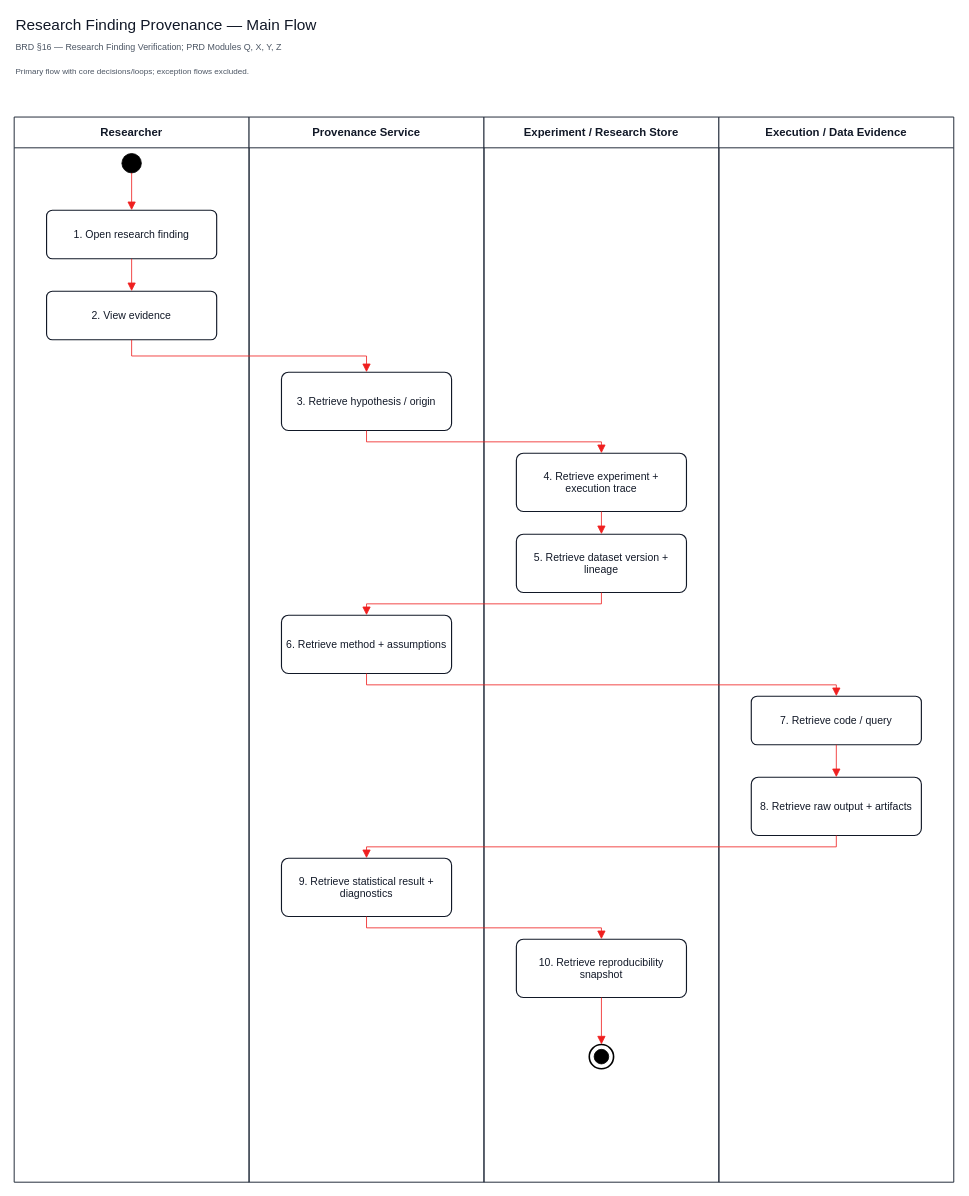
Before: page "Research Finding Provenance — Main Flow" (6 of 11) of diagrams/activity-diagrams/AI-Research-Experimentation-Platform-Activity-Main-Flows.drawio in capstone-project-beyond8/capstone-project-docs, a draw.io diagram. Source tidied: cells renumbered, new cells numbered last; positions are measured from the earlier drawing's top-left corner, leaving out a move shared by most shapes. Both pictures are drawn from the tidied source at 81%, with x=0, y=0 at pixel (14, 14).
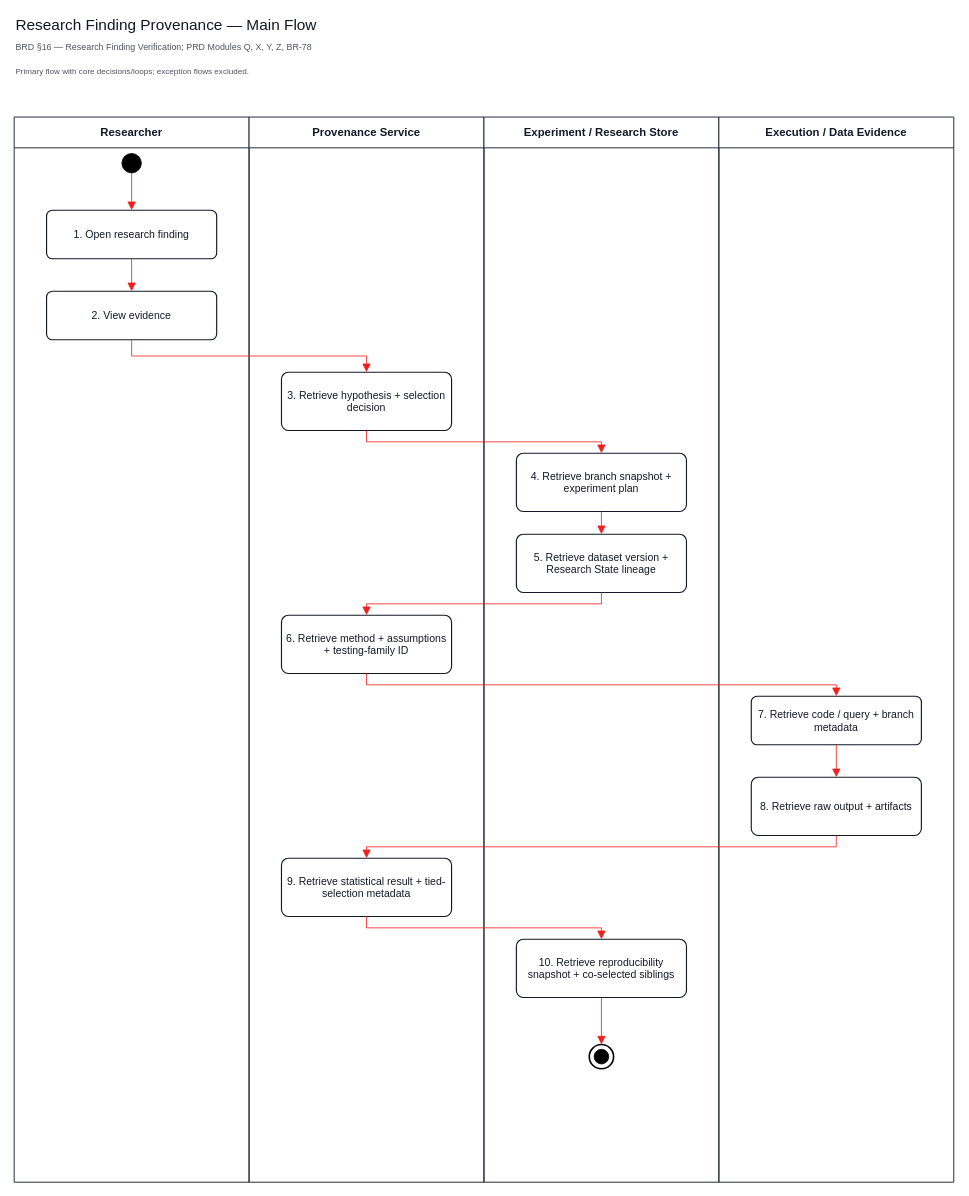
After the change.

The change refers to these unchanged cells:
```xml
<mxCell id="6" value="Provenance Service" style="swimlane;html=1;horizontal=1;startSize=38;whiteSpace=wrap;fillColor=#ffffff;strokeColor=#1f2937;strokeWidth=1.2;fontColor=#111827;fontFamily=Helvetica;fontSize=14;fontStyle=1;" parent="1" vertex="1">
  <mxGeometry x="290" y="127" width="290" height="1315" as="geometry" />
</mxCell>
<mxCell id="7" value="Experiment / Research Store" style="swimlane;html=1;horizontal=1;startSize=38;whiteSpace=wrap;fillColor=#ffffff;strokeColor=#1f2937;strokeWidth=1.2;fontColor=#111827;fontFamily=Helvetica;fontSize=14;fontStyle=1;" parent="1" vertex="1">
  <mxGeometry x="580" y="127" width="290" height="1315" as="geometry" />
</mxCell>
<mxCell id="8" value="Execution / Data Evidence" style="swimlane;html=1;horizontal=1;startSize=38;whiteSpace=wrap;fillColor=#ffffff;strokeColor=#1f2937;strokeWidth=1.2;fontColor=#111827;fontFamily=Helvetica;fontSize=14;fontStyle=1;" parent="1" vertex="1">
  <mxGeometry x="870" y="127" width="290" height="1315" as="geometry" />
</mxCell>
```

Diff of the diagram source:
```diff
@@
-    <mxCell id="3" value="BRD §16 — Research Finding Verification; PRD Modules Q, X, Y, Z" style="text;html=1;whiteSpace=wrap;align=left;verticalAlign=middle;fontColor=#4b5563;fontFamily=Helvetica;fontSize=11;" parent="1" vertex="1">
+    <mxCell id="3" value="BRD §16 — Research Finding Verification; PRD Modules Q, X, Y, Z, BR-78" style="text;html=1;whiteSpace=wrap;align=left;verticalAlign=middle;fontColor=#4b5563;fontFamily=Helvetica;fontSize=11;" parent="1" vertex="1">
       <mxGeometry y="30" width="1160" height="22" as="geometry" />
     </mxCell>
@@
-    <mxCell id="12" value="3. Retrieve hypothesis / origin" style="rounded=1;arcSize=12;whiteSpace=wrap;html=1;align=center;verticalAlign=middle;fillColor=#ffffff;strokeColor=#111827;strokeWidth=1.4;fontColor=#111827;fontFamily=Helvetica;fontSize=13;spacing=6;" parent="6" vertex="1">
+    <mxCell id="12" value="3. Retrieve hypothesis + selection decision" style="rounded=1;arcSize=12;whiteSpace=wrap;html=1;align=center;verticalAlign=middle;fillColor=#ffffff;strokeColor=#111827;strokeWidth=1.4;fontColor=#111827;fontFamily=Helvetica;fontSize=13;spacing=6;" parent="6" vertex="1">
       <mxGeometry x="40" y="315" width="210" height="72" as="geometry" />
     </mxCell>
-    <mxCell id="13" value="4. Retrieve experiment + execution trace" style="rounded=1;arcSize=12;whiteSpace=wrap;html=1;align=center;verticalAlign=middle;fillColor=#ffffff;strokeColor=#111827;strokeWidth=1.4;fontColor=#111827;fontFamily=Helvetica;fontSize=13;spacing=6;" parent="7" vertex="1">
+    <mxCell id="13" value="4. Retrieve branch snapshot + experiment plan" style="rounded=1;arcSize=12;whiteSpace=wrap;html=1;align=center;verticalAlign=middle;fillColor=#ffffff;strokeColor=#111827;strokeWidth=1.4;fontColor=#111827;fontFamily=Helvetica;fontSize=13;spacing=6;" parent="7" vertex="1">
       <mxGeometry x="40" y="415" width="210" height="72" as="geometry" />
     </mxCell>
-    <mxCell id="14" value="5. Retrieve dataset version + lineage" style="rounded=1;arcSize=12;whiteSpace=wrap;html=1;align=center;verticalAlign=middle;fillColor=#ffffff;strokeColor=#111827;strokeWidth=1.4;fontColor=#111827;fontFamily=Helvetica;fontSize=13;spacing=6;" parent="7" vertex="1">
+    <mxCell id="14" value="5. Retrieve dataset version + Research State lineage" style="rounded=1;arcSize=12;whiteSpace=wrap;html=1;align=center;verticalAlign=middle;fillColor=#ffffff;strokeColor=#111827;strokeWidth=1.4;fontColor=#111827;fontFamily=Helvetica;fontSize=13;spacing=6;" parent="7" vertex="1">
       <mxGeometry x="40" y="515" width="210" height="72" as="geometry" />
     </mxCell>
-    <mxCell id="15" value="6. Retrieve method + assumptions" style="rounded=1;arcSize=12;whiteSpace=wrap;html=1;align=center;verticalAlign=middle;fillColor=#ffffff;strokeColor=#111827;strokeWidth=1.4;fontColor=#111827;fontFamily=Helvetica;fontSize=13;spacing=6;" parent="6" vertex="1">
+    <mxCell id="15" value="6. Retrieve method + assumptions + testing-family ID" style="rounded=1;arcSize=12;whiteSpace=wrap;html=1;align=center;verticalAlign=middle;fillColor=#ffffff;strokeColor=#111827;strokeWidth=1.4;fontColor=#111827;fontFamily=Helvetica;fontSize=13;spacing=6;" parent="6" vertex="1">
       <mxGeometry x="40" y="615" width="210" height="72" as="geometry" />
     </mxCell>
-    <mxCell id="16" value="7. Retrieve code / query" style="rounded=1;arcSize=12;whiteSpace=wrap;html=1;align=center;verticalAlign=middle;fillColor=#ffffff;strokeColor=#111827;strokeWidth=1.4;fontColor=#111827;fontFamily=Helvetica;fontSize=13;spacing=6;" parent="8" vertex="1">
+    <mxCell id="16" value="7. Retrieve code / query + branch metadata" style="rounded=1;arcSize=12;whiteSpace=wrap;html=1;align=center;verticalAlign=middle;fillColor=#ffffff;strokeColor=#111827;strokeWidth=1.4;fontColor=#111827;fontFamily=Helvetica;fontSize=13;spacing=6;" parent="8" vertex="1">
       <mxGeometry x="40" y="715" width="210" height="60" as="geometry" />
     </mxCell>
@@
-    <mxCell id="18" value="9. Retrieve statistical result + diagnostics" style="rounded=1;arcSize=12;whiteSpace=wrap;html=1;align=center;verticalAlign=middle;fillColor=#ffffff;strokeColor=#111827;strokeWidth=1.4;fontColor=#111827;fontFamily=Helvetica;fontSize=13;spacing=6;" parent="6" vertex="1">
+    <mxCell id="18" value="9. Retrieve statistical result + tied-selection metadata" style="rounded=1;arcSize=12;whiteSpace=wrap;html=1;align=center;verticalAlign=middle;fillColor=#ffffff;strokeColor=#111827;strokeWidth=1.4;fontColor=#111827;fontFamily=Helvetica;fontSize=13;spacing=6;" parent="6" vertex="1">
       <mxGeometry x="40" y="915" width="210" height="72" as="geometry" />
     </mxCell>
-    <mxCell id="19" value="10. Retrieve reproducibility snapshot" style="rounded=1;arcSize=12;whiteSpace=wrap;html=1;align=center;verticalAlign=middle;fillColor=#ffffff;strokeColor=#111827;strokeWidth=1.4;fontColor=#111827;fontFamily=Helvetica;fontSize=13;spacing=6;" parent="7" vertex="1">
+    <mxCell id="19" value="10. Retrieve reproducibility snapshot + co-selected siblings" style="rounded=1;arcSize=12;whiteSpace=wrap;html=1;align=center;verticalAlign=middle;fillColor=#ffffff;strokeColor=#111827;strokeWidth=1.4;fontColor=#111827;fontFamily=Helvetica;fontSize=13;spacing=6;" parent="7" vertex="1">
       <mxGeometry x="40" y="1015" width="210" height="72" as="geometry" />
     </mxCell>
```
